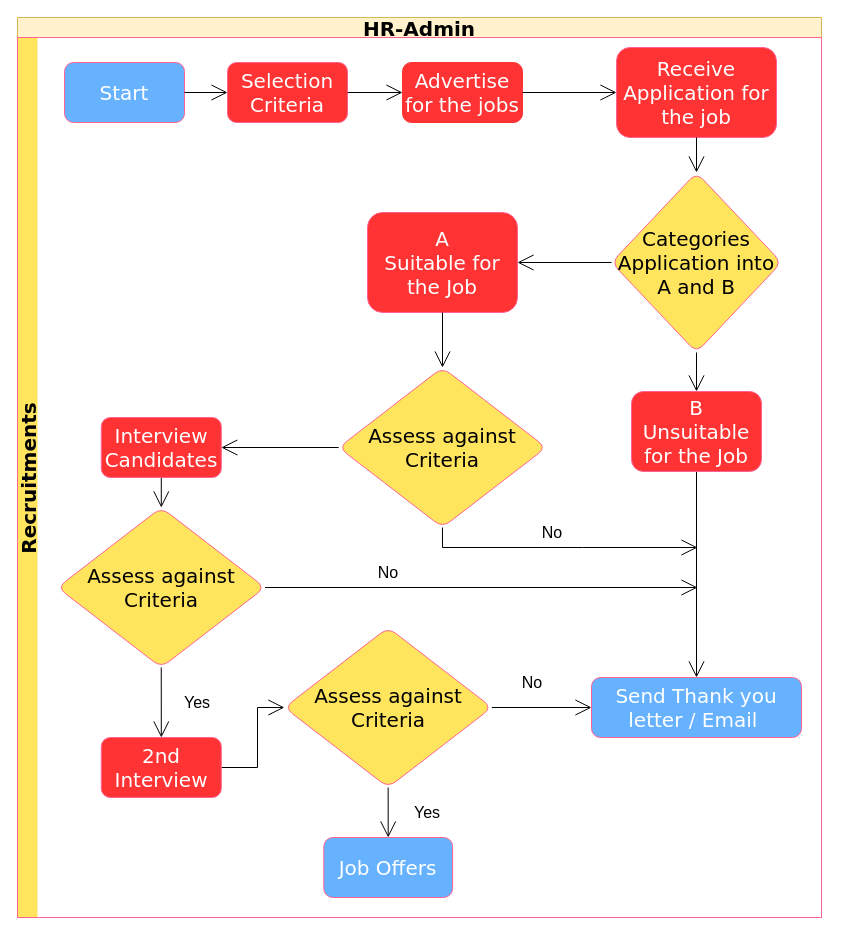
Above: page "Recruitment" (1 of 6) of HR Recruitment.drawio in santo1989/Diagram (draw.io), before the change. Source tidied: cells renumbered, new cells numbered last; positions are measured from the earlier drawing's top-left corner, leaving out a move shared by most shapes. Both pictures are drawn from the tidied source at 100%, with x=0, y=0 at pixel (17, 17).
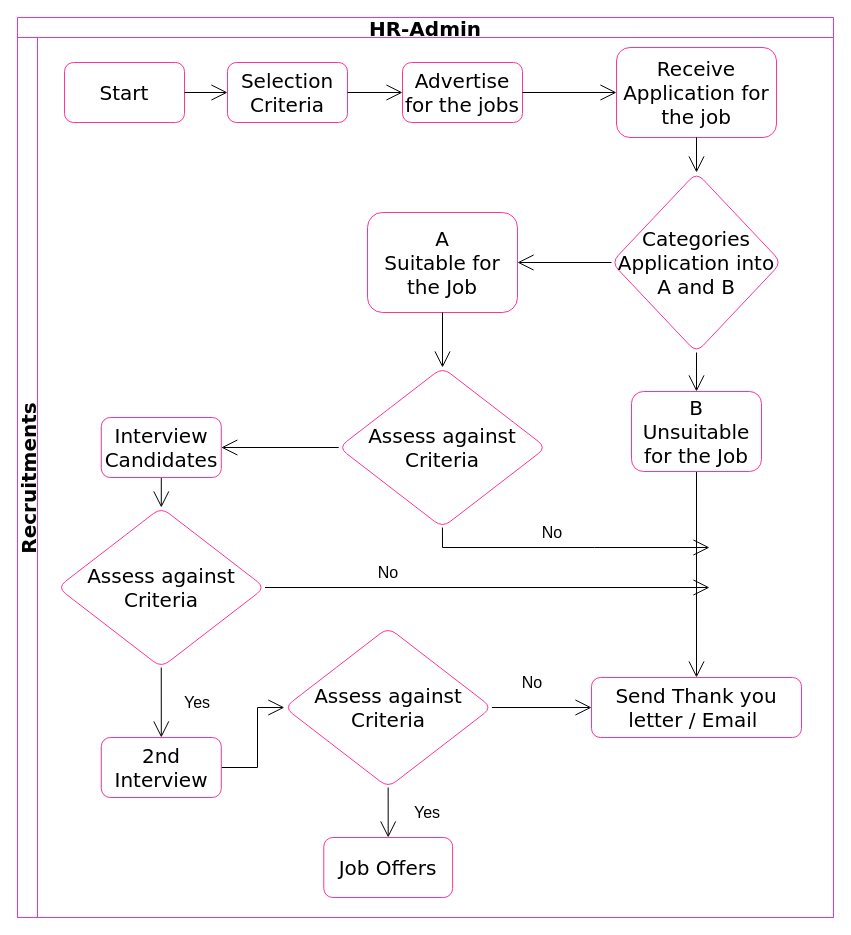
Above is the later version.

The edit, as a diff of the source:
```diff
@@
-    <mxCell id="2" value="HR-Admin" style="swimlane;horizontal=1;startSize=20;hachureGap=4;fontFamily=Verdana;fontSize=20;strokeColor=#d6b656;fillColor=#fff2cc;" parent="1" vertex="1">
-      <mxGeometry width="804" height="900" as="geometry" />
+    <mxCell id="2" value="HR-Admin" style="swimlane;horizontal=1;startSize=20;hachureGap=4;fontFamily=Verdana;fontSize=20;strokeColor=#FF3399;fillColor=#FFFFFF;fontColor=#000000;" parent="1" vertex="1">
+      <mxGeometry width="816" height="900" as="geometry" />
     </mxCell>
-    <mxCell id="3" value="Recruitments" style="swimlane;startSize=20;horizontal=0;hachureGap=4;fontFamily=Verdana;fontSize=20;fontColor=#000000;strokeColor=#FF6392;fillColor=#FFE45E;swimlaneLine=0;" parent="2" vertex="1">
-      <mxGeometry y="20" width="804" height="880" as="geometry" />
+    <mxCell id="3" value="Recruitments" style="swimlane;startSize=20;horizontal=0;hachureGap=4;fontFamily=Verdana;fontSize=20;fontColor=#000000;strokeColor=#FF3399;fillColor=#FFFFFF;swimlaneLine=1;labelBorderColor=none;" parent="2" vertex="1">
+      <mxGeometry y="20" width="816" height="880" as="geometry" />
     </mxCell>
-    <mxCell id="4" value="Start" style="rounded=1;whiteSpace=wrap;html=1;hachureGap=4;fontFamily=Verdana;fontSize=20;fontColor=#FFFFFF;strokeColor=#FF6392;fillColor=#66B2FF;" parent="3" vertex="1">
+    <mxCell id="4" value="Start" style="rounded=1;whiteSpace=wrap;html=1;hachureGap=4;fontFamily=Verdana;fontSize=20;fontColor=#000000;strokeColor=#FF3399;fillColor=#FFFFFF;" parent="3" vertex="1">
       <mxGeometry x="47" y="25" width="120" height="60" as="geometry" />
     </mxCell>
-    <mxCell id="5" value="Advertise for the jobs" style="whiteSpace=wrap;html=1;fontSize=20;fontFamily=Verdana;fillColor=#FF3333;strokeColor=#FF3333;fontColor=#FFFFFF;rounded=1;hachureGap=4;" parent="3" vertex="1">
+    <mxCell id="5" value="Advertise for the jobs" style="whiteSpace=wrap;html=1;fontSize=20;fontFamily=Verdana;fillColor=#FFFFFF;strokeColor=#FF3399;fontColor=#000000;rounded=1;hachureGap=4;" parent="3" vertex="1">
       <mxGeometry x="385" y="25" width="120" height="60" as="geometry" />
     </mxCell>
-    <mxCell id="6" value="Selection Criteria" style="whiteSpace=wrap;html=1;fontSize=20;fontFamily=Verdana;fillColor=#FF3333;strokeColor=#FF6392;fontColor=#FFFFFF;rounded=1;hachureGap=4;" parent="3" vertex="1">
+    <mxCell id="6" value="Selection Criteria" style="whiteSpace=wrap;html=1;fontSize=20;fontFamily=Verdana;fillColor=#FFFFFF;strokeColor=#FF3399;fontColor=#000000;rounded=1;hachureGap=4;" parent="3" vertex="1">
       <mxGeometry x="210" y="25" width="120" height="60" as="geometry" />
     </mxCell>
@@
-    <mxCell id="9" value="Receive Application for the job" style="whiteSpace=wrap;html=1;fontSize=20;fontFamily=Verdana;fillColor=#FF3333;strokeColor=#FF6392;fontColor=#FFFFFF;rounded=1;hachureGap=4;" parent="3" vertex="1">
+    <mxCell id="9" value="Receive Application for the job" style="whiteSpace=wrap;html=1;fontSize=20;fontFamily=Verdana;fillColor=#FFFFFF;strokeColor=#FF3399;fontColor=#000000;rounded=1;hachureGap=4;" parent="3" vertex="1">
       <mxGeometry x="599" y="10" width="160" height="90" as="geometry" />
     </mxCell>
@@
-    <mxCell id="11" value="&lt;font color=&quot;#000000&quot;&gt;Categories Application into A and B&lt;/font&gt;" style="rhombus;whiteSpace=wrap;html=1;fontSize=20;fontFamily=Verdana;fillColor=#FFE45E;strokeColor=#FF6392;fontColor=#5AA9E6;rounded=1;hachureGap=4;" parent="3" vertex="1">
+    <mxCell id="11" value="&lt;font&gt;Categories Application into A and B&lt;/font&gt;" style="rhombus;whiteSpace=wrap;html=1;fontSize=20;fontFamily=Verdana;fillColor=#FFFFFF;strokeColor=#FF3399;fontColor=#000000;rounded=1;hachureGap=4;" parent="3" vertex="1">
       <mxGeometry x="594" y="135" width="170" height="180" as="geometry" />
     </mxCell>
@@
-    <mxCell id="13" value="A &lt;br&gt;Suitable for the Job" style="whiteSpace=wrap;html=1;fontSize=20;fontFamily=Verdana;fillColor=#FF3333;strokeColor=#FF6392;fontColor=#FFFFFF;rounded=1;hachureGap=4;" parent="3" vertex="1">
+    <mxCell id="13" value="A &lt;br&gt;Suitable for the Job" style="whiteSpace=wrap;html=1;fontSize=20;fontFamily=Verdana;fillColor=#FFFFFF;strokeColor=#FF3399;fontColor=#000000;rounded=1;hachureGap=4;" parent="3" vertex="1">
       <mxGeometry x="350" y="175" width="150" height="100" as="geometry" />
     </mxCell>
@@
-    <mxCell id="16" value="B&lt;br&gt;Unsuitable for the Job" style="whiteSpace=wrap;html=1;fontSize=20;fontFamily=Verdana;fillColor=#FF3333;strokeColor=#FF6392;fontColor=#FFFFFF;rounded=1;hachureGap=4;" parent="3" vertex="1">
+    <mxCell id="16" value="B&lt;br&gt;Unsuitable for the Job" style="whiteSpace=wrap;html=1;fontSize=20;fontFamily=Verdana;fillColor=#FFFFFF;strokeColor=#FF3399;fontColor=#000000;rounded=1;hachureGap=4;" parent="3" vertex="1">
       <mxGeometry x="614" y="354" width="130" height="80" as="geometry" />
     </mxCell>
@@
-    <mxCell id="19" value="&lt;font color=&quot;#000000&quot;&gt;Assess against Criteria&lt;/font&gt;" style="rhombus;whiteSpace=wrap;html=1;fontSize=20;fontFamily=Verdana;fillColor=#FFE45E;strokeColor=#FF6392;fontColor=#5AA9E6;rounded=1;hachureGap=4;" parent="3" vertex="1">
+    <mxCell id="19" value="&lt;font&gt;Assess against Criteria&lt;/font&gt;" style="rhombus;whiteSpace=wrap;html=1;fontSize=20;fontFamily=Verdana;fillColor=#FFFFFF;strokeColor=#FF3399;fontColor=#000000;rounded=1;hachureGap=4;" parent="3" vertex="1">
       <mxGeometry x="321.2" y="330" width="207.5" height="160" as="geometry" />
     </mxCell>
@@
-    <mxCell id="21" value="Send Thank you letter / Email&amp;nbsp;" style="rounded=1;whiteSpace=wrap;html=1;hachureGap=4;fontFamily=Verdana;fontSize=20;fontColor=#FFFFFF;strokeColor=#FF6392;fillColor=#66B2FF;" parent="3" vertex="1">
+    <mxCell id="21" value="Send Thank you letter / Email&amp;nbsp;" style="rounded=1;whiteSpace=wrap;html=1;hachureGap=4;fontFamily=Verdana;fontSize=20;fontColor=#000000;strokeColor=#FF3399;fillColor=#FFFFFF;" parent="3" vertex="1">
       <mxGeometry x="574" y="640" width="210" height="60" as="geometry" />
     </mxCell>
@@
-    <mxCell id="24" value="&lt;font color=&quot;#000000&quot;&gt;Assess against Criteria&lt;/font&gt;" style="rhombus;whiteSpace=wrap;html=1;fontSize=20;fontFamily=Verdana;fillColor=#FFE45E;strokeColor=#FF6392;fontColor=#5AA9E6;rounded=1;hachureGap=4;" parent="3" vertex="1">
+    <mxCell id="24" value="&lt;font&gt;Assess against Criteria&lt;/font&gt;" style="rhombus;whiteSpace=wrap;html=1;fontSize=20;fontFamily=Verdana;fillColor=#FFFFFF;strokeColor=#FF3399;fontColor=#000000;rounded=1;hachureGap=4;" parent="3" vertex="1">
       <mxGeometry x="40" y="470" width="207.5" height="160" as="geometry" />
     </mxCell>
@@
-    <mxCell id="27" value="&lt;font color=&quot;#000000&quot;&gt;Assess against Criteria&lt;/font&gt;" style="rhombus;whiteSpace=wrap;html=1;fontSize=20;fontFamily=Verdana;fillColor=#FFE45E;strokeColor=#FF6392;fontColor=#5AA9E6;rounded=1;hachureGap=4;" parent="3" vertex="1">
+    <mxCell id="27" value="&lt;font&gt;Assess against Criteria&lt;/font&gt;" style="rhombus;whiteSpace=wrap;html=1;fontSize=20;fontFamily=Verdana;fillColor=#FFFFFF;strokeColor=#FF3399;fontColor=#000000;rounded=1;hachureGap=4;" parent="3" vertex="1">
       <mxGeometry x="266.9" y="590" width="207.5" height="160" as="geometry" />
     </mxCell>
-    <mxCell id="28" value="Job Offers" style="rounded=1;whiteSpace=wrap;html=1;hachureGap=4;fontFamily=Verdana;fontSize=20;fontColor=#FFFFFF;strokeColor=#FF6392;fillColor=#66B2FF;" parent="3" vertex="1">
+    <mxCell id="28" value="Job Offers" style="rounded=1;whiteSpace=wrap;html=1;hachureGap=4;fontFamily=Verdana;fontSize=20;fontColor=#000000;strokeColor=#FF3399;fillColor=#FFFFFF;" parent="3" vertex="1">
       <mxGeometry x="306.3" y="800" width="128.8" height="60" as="geometry" />
     </mxCell>
@@
-    <mxCell id="33" value="2nd Interview" style="whiteSpace=wrap;html=1;fontSize=20;fontFamily=Verdana;fillColor=#FF3333;strokeColor=#FF6392;fontColor=#FFFFFF;rounded=1;hachureGap=4;" parent="3" vertex="1">
+    <mxCell id="33" value="2nd Interview" style="whiteSpace=wrap;html=1;fontSize=20;fontFamily=Verdana;fillColor=#FFFFFF;strokeColor=#FF3399;fontColor=#000000;rounded=1;hachureGap=4;" parent="3" vertex="1">
       <mxGeometry x="83.8" y="700" width="120" height="60" as="geometry" />
     </mxCell>
@@
-    <mxCell id="35" value="Interview Candidates" style="whiteSpace=wrap;html=1;fontSize=20;fontFamily=Verdana;fillColor=#FF3333;strokeColor=#FF6392;fontColor=#FFFFFF;rounded=1;hachureGap=4;" parent="3" vertex="1">
+    <mxCell id="35" value="Interview Candidates" style="whiteSpace=wrap;html=1;fontSize=20;fontFamily=Verdana;fillColor=#FFFFFF;strokeColor=#FF3399;fontColor=#000000;rounded=1;hachureGap=4;" parent="3" vertex="1">
       <mxGeometry x="83.8" y="380" width="120" height="60" as="geometry" />
     </mxCell>
@@
     <mxCell id="37" style="edgeStyle=orthogonalEdgeStyle;rounded=0;jettySize=auto;html=1;exitX=0.5;exitY=1;exitDx=0;exitDy=0;fontSize=12;fontColor=#000000;endArrow=open;startSize=14;endSize=14;" parent="1" edge="1" source="19">
       <mxGeometry relative="1" as="geometry">
-        <mxPoint x="680" y="530" as="targetPoint" />
+        <mxPoint x="692" y="530" as="targetPoint" />
         <Array as="points">
-          <mxPoint x="565" y="530" />
-          <mxPoint x="790" y="530" />
+          <mxPoint x="577" y="530" />
+          <mxPoint x="802" y="530" />
         </Array>
       </mxGeometry>
     </mxCell>
     <mxCell id="38" style="edgeStyle=none;rounded=0;jettySize=auto;html=1;fontSize=12;fontColor=#000000;endArrow=open;startSize=14;endSize=14;" parent="1" edge="1" source="24">
       <mxGeometry relative="1" as="geometry">
-        <mxPoint x="680" y="570" as="targetPoint" />
+        <mxPoint x="692" y="570" as="targetPoint" />
       </mxGeometry>
     </mxCell>
```
